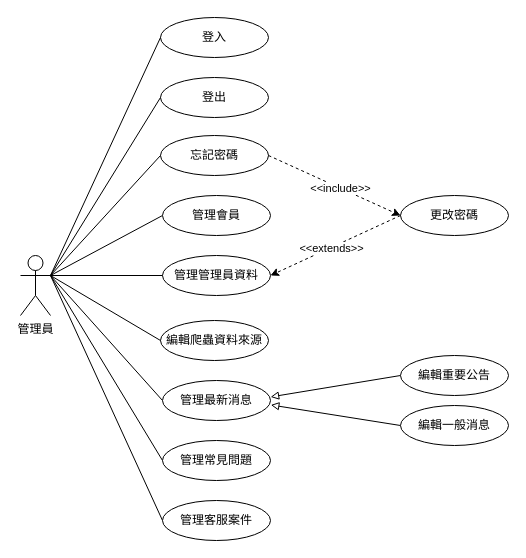
7bagbun/grad_prj_docs keeps this draw.io diagram as graphs/b2/uc admin.drawio. Above is the earlier version. Source tidied: cells renumbered, new cells numbered last; positions are measured from the earlier drawing's top-left corner, leaving out a move shared by most shapes. Both pictures are drawn from the tidied source at 100%, with x=0, y=0 at pixel (20, 17).
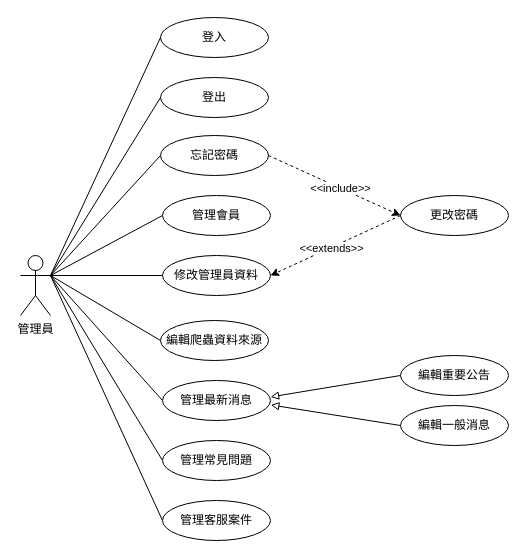
The same diagram, later.

Change to the diagram source:
```diff
@@
-    <mxCell id="21" value="管理管理員資料" style="ellipse;whiteSpace=wrap;html=1;" parent="1" vertex="1">
+    <mxCell id="21" value="修改管理員資料" style="ellipse;whiteSpace=wrap;html=1;" parent="1" vertex="1">
       <mxGeometry x="142" y="238" width="108" height="40" as="geometry" />
     </mxCell>
```
